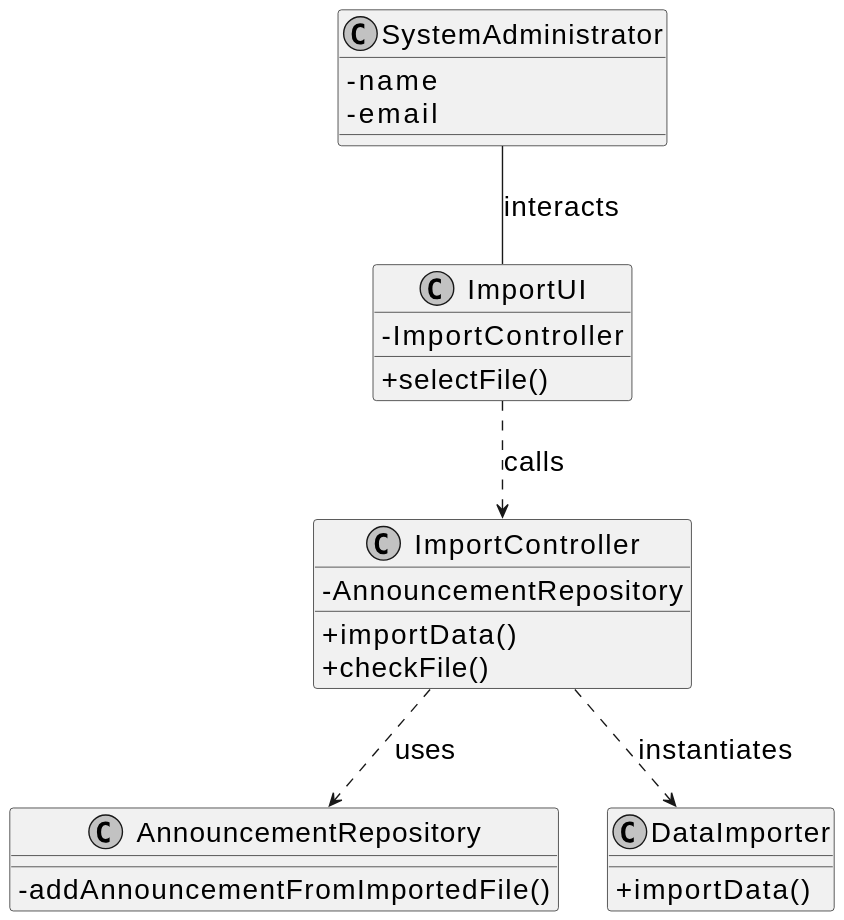
This is docs/sprintD/us012/03.design/svg/us012-class-diagram.svg from Goncalves2525/real-estate-management-system, a PlantUML export, as it was before one commit. Source of this version:
```plantuml
@startuml
skinparamlocked defaultFontSize 20
skinparam monochrome true
skinparam packageStyle rectangle
skinparam shadowing false
skinparam linetype polyline
skinparam classAttributeIconSize 0


class SystemAdministrator {
    - name
    - email
}

class ImportController {
    - AnnouncementRepository
    + importData()
    + checkFile()
}

class ImportUI {
    - ImportController
    + selectFile()
}

class AnnouncementRepository {
    - addAnnouncementFromImportedFile()
}

class DataImporter{
    + importData()
}


ImportUI ..> ImportController : calls


SystemAdministrator -- ImportUI : interacts

ImportController ..> AnnouncementRepository : uses

ImportController ..> DataImporter : instantiates
@enduml
```
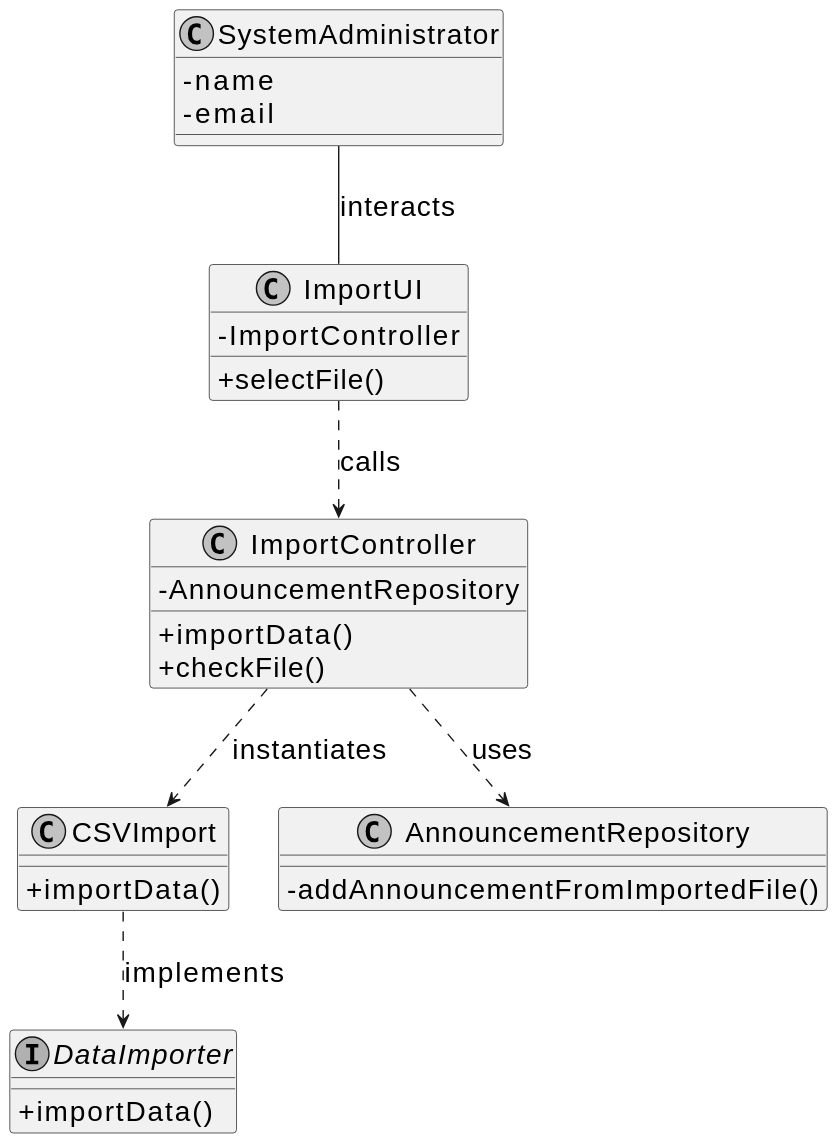
Above is the later version.

Diff of the diagram source:
```diff
@@ -10,6 +10,10 @@
 class SystemAdministrator {
     - name
     - email
+}
+
+class CSVImport{
+    + importData()
 }
 
 class ImportController {
@@ -27,7 +31,7 @@
     - addAnnouncementFromImportedFile()
 }
 
-class DataImporter{
+interface DataImporter{
     + importData()
 }
 
@@ -39,5 +43,7 @@
 
 ImportController ..> AnnouncementRepository : uses
 
-ImportController ..> DataImporter : instantiates
+ImportController ..> CSVImport : instantiates
+
+CSVImport ..> DataImporter : implements
 @enduml
```
